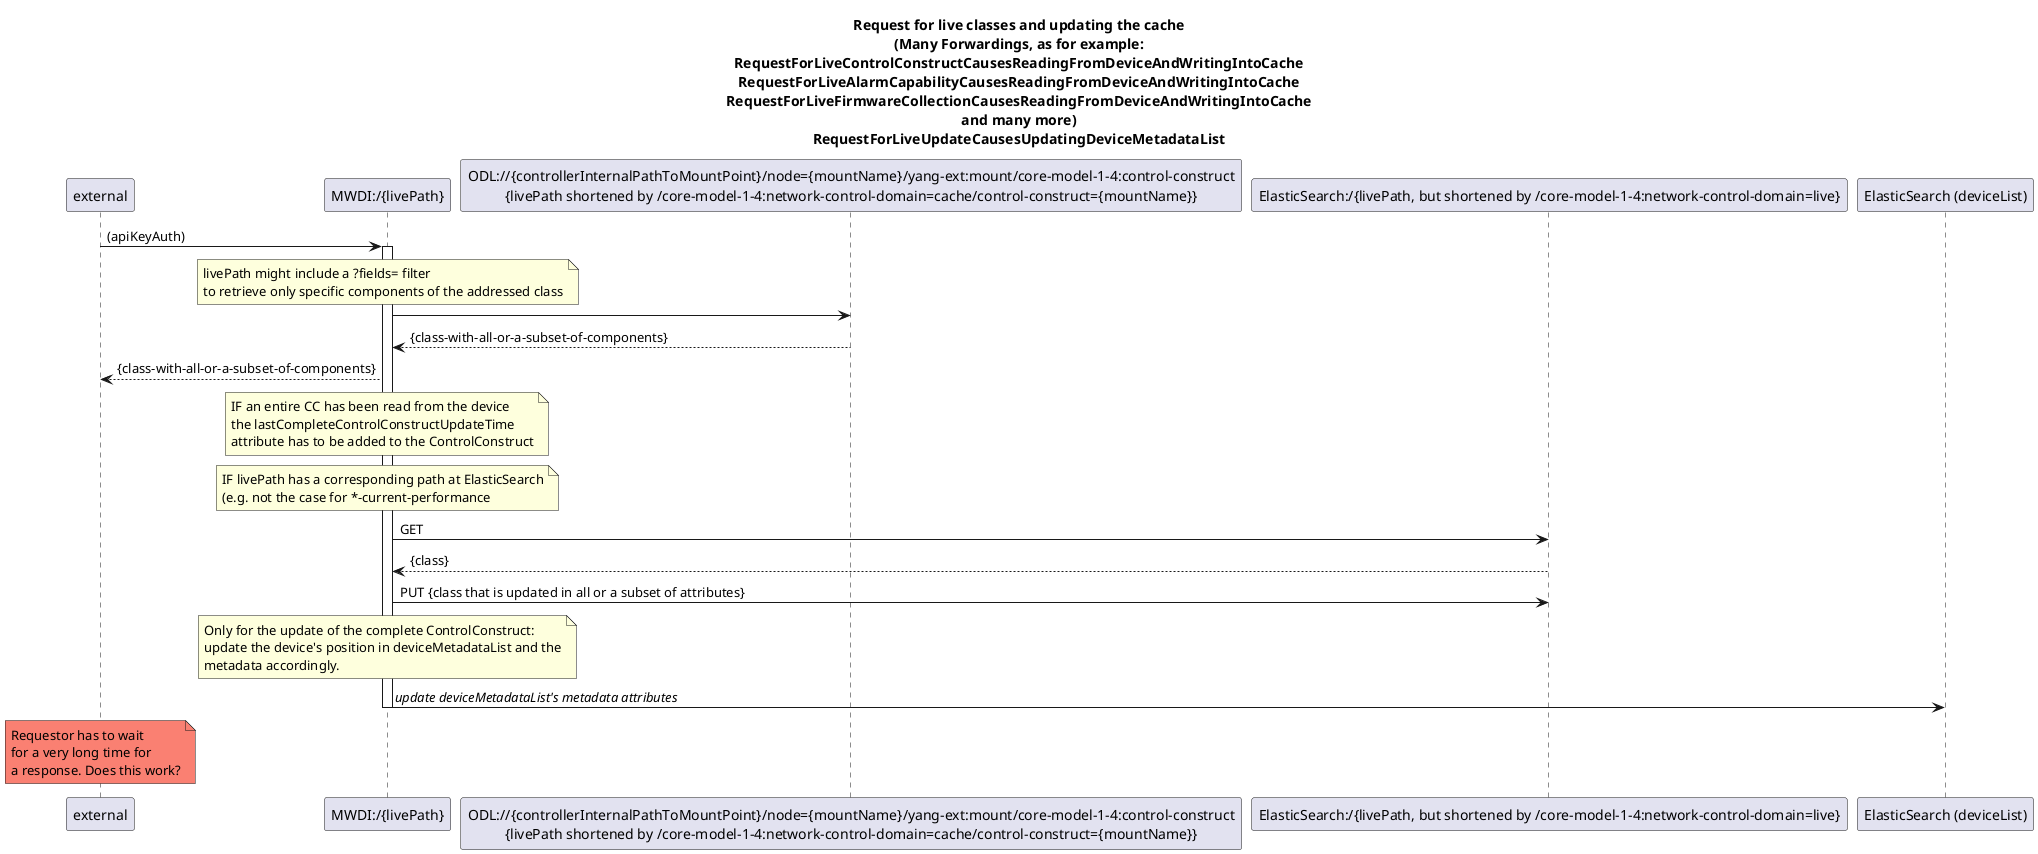
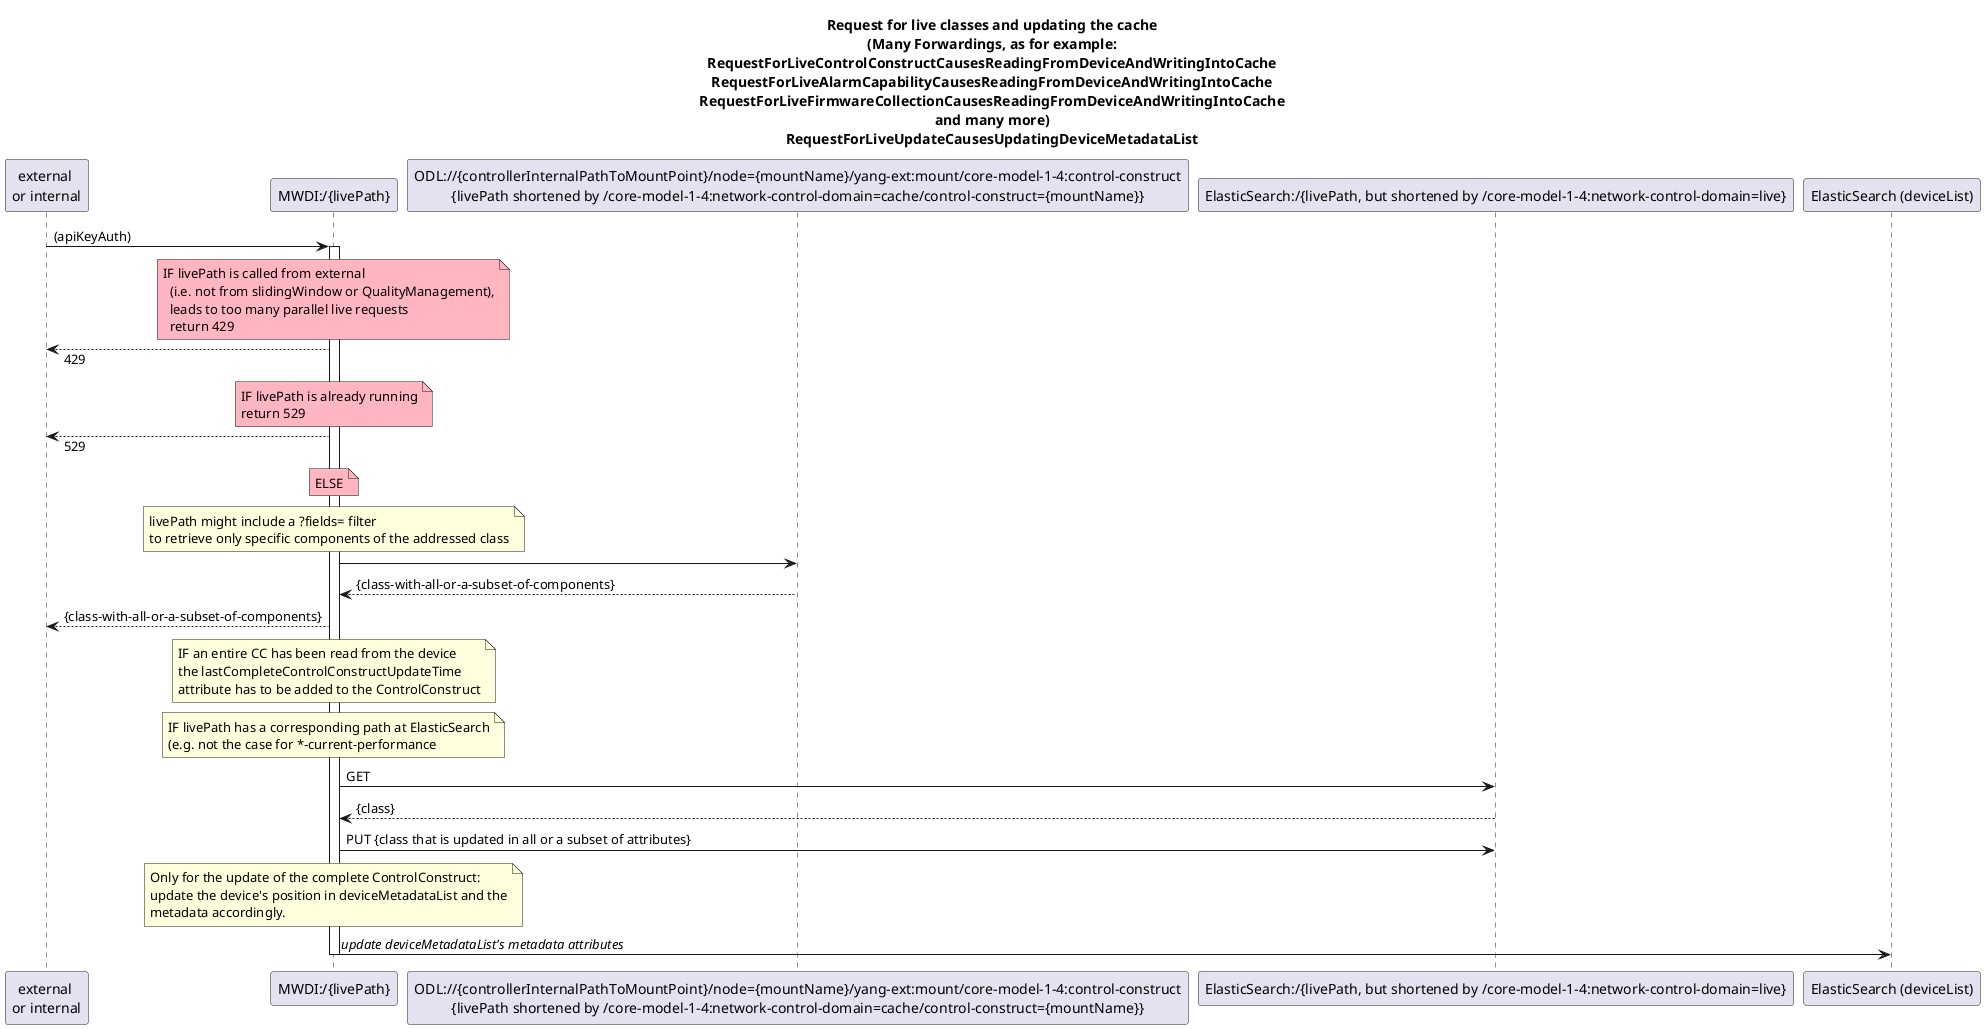
@startuml 500_LiveRessourcePathWithCacheUpdate
skinparam responseMessageBelowArrow true

title
Request for live classes and updating the cache
(Many Forwardings, as for example:
RequestForLiveControlConstructCausesReadingFromDeviceAndWritingIntoCache
RequestForLiveAlarmCapabilityCausesReadingFromDeviceAndWritingIntoCache
RequestForLiveFirmwareCollectionCausesReadingFromDeviceAndWritingIntoCache
and many more)
RequestForLiveUpdateCausesUpdatingDeviceMetadataList
end title


- participant "external" as requestor
+ participant "external \nor internal" as requestor
participant "MWDI:/{livePath}" as LiveControlConstructClass
participant "ODL://{controllerInternalPathToMountPoint}/node={mountName}/yang-ext:mount/core-model-1-4:control-construct\n{livePath shortened by /core-model-1-4:network-control-domain=cache/control-construct={mountName}}" as OdlControlConstructClass
participant "ElasticSearch:/{livePath, but shortened by /core-model-1-4:network-control-domain=live}" as EsControlConstructClass
participant "ElasticSearch (deviceList)" as deviceList

requestor -> LiveControlConstructClass: (apiKeyAuth)
activate LiveControlConstructClass
+ 
+ note over LiveControlConstructClass #LightPink
+   IF livePath is called from external
+     (i.e. not from slidingWindow or QualityManagement),
+     leads to too many parallel live requests
+     return 429
+ end note
+ requestor <-- LiveControlConstructClass: 429
+ 
+ note over LiveControlConstructClass #LightPink
+   IF livePath is already running
+   return 529
+ end note
+ requestor <-- LiveControlConstructClass: 529
+ 
+ note over LiveControlConstructClass #LightPink
+   ELSE
+ end note

note over LiveControlConstructClass
livePath might include a ?fields= filter
to retrieve only specific components of the addressed class
end note
LiveControlConstructClass -> OdlControlConstructClass
OdlControlConstructClass --> LiveControlConstructClass: {class-with-all-or-a-subset-of-components}

LiveControlConstructClass --> requestor: {class-with-all-or-a-subset-of-components}

note over LiveControlConstructClass
  IF an entire CC has been read from the device
  the lastCompleteControlConstructUpdateTime
  attribute has to be added to the ControlConstruct
end note

note over LiveControlConstructClass
IF livePath has a corresponding path at ElasticSearch
(e.g. not the case for *-current-performance
end note
LiveControlConstructClass -> EsControlConstructClass: GET
EsControlConstructClass --> LiveControlConstructClass: {class}

LiveControlConstructClass -> EsControlConstructClass: PUT {class that is updated in all or a subset of attributes}

note over LiveControlConstructClass
  Only for the update of the complete ControlConstruct:
  update the device's position in deviceMetadataList and the
  metadata accordingly.
end note
LiveControlConstructClass -> deviceList: <i>update deviceMetadataList's metadata attributes</i>

deactivate LiveControlConstructClass

- skinparam NoteBackgroundColor salmon
- note over requestor: Requestor has to wait \nfor a very long time for \na response. Does this work?
- skinparam NoteBackgroundColor default
- 
@enduml



